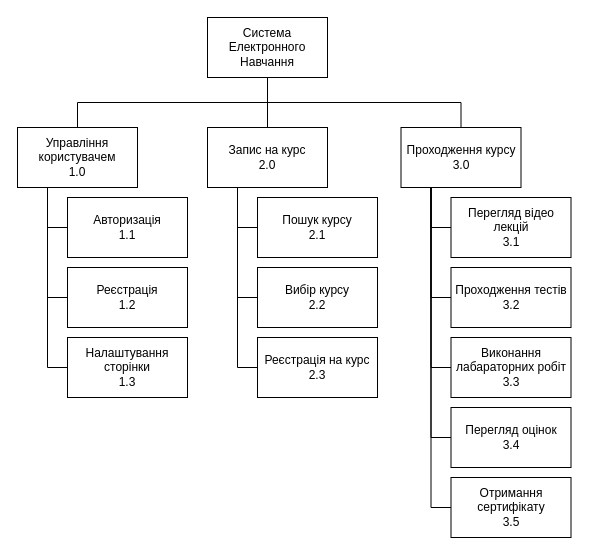
Before: page "FDD" (1 of 6) of Study-system.drawio in SlayVic/Charts, a draw.io diagram. Source tidied: cells renumbered, new cells numbered last; positions are measured from the earlier drawing's top-left corner, leaving out a move shared by most shapes. Both pictures are drawn from the tidied source at 100%, with x=0, y=0 at pixel (17, 17).
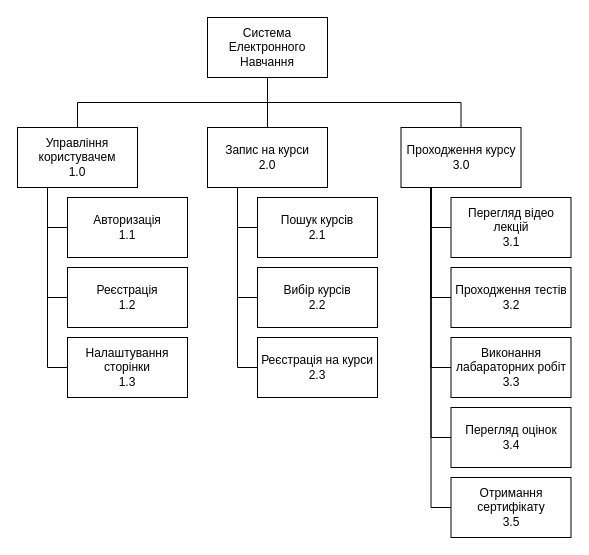
Above is the later version.

Change to the diagram source:
```diff
@@
-    <mxCell id="13" value="Запис на курс&lt;br&gt;2.0" style="rounded=0;whiteSpace=wrap;html=1;" parent="1" vertex="1">
+    <mxCell id="13" value="Запис на курси&lt;br&gt;2.0" style="rounded=0;whiteSpace=wrap;html=1;" parent="1" vertex="1">
       <mxGeometry x="190" y="110" width="120" height="60" as="geometry" />
     </mxCell>
@@
-    <mxCell id="23" value="Пошук курсу&lt;br&gt;2.1" style="rounded=0;whiteSpace=wrap;html=1;" parent="1" vertex="1">
+    <mxCell id="23" value="Пошук курсів&lt;br&gt;2.1" style="rounded=0;whiteSpace=wrap;html=1;" parent="1" vertex="1">
       <mxGeometry x="240" y="180" width="120" height="60" as="geometry" />
     </mxCell>
@@
-    <mxCell id="25" value="Вибір курсу&lt;br&gt;2.2" style="rounded=0;whiteSpace=wrap;html=1;" parent="1" vertex="1">
+    <mxCell id="25" value="Вибір курсів&lt;br&gt;2.2" style="rounded=0;whiteSpace=wrap;html=1;" parent="1" vertex="1">
       <mxGeometry x="240" y="250" width="120" height="60" as="geometry" />
     </mxCell>
@@
-    <mxCell id="27" value="Реєстрація на курс&lt;br&gt;2.3" style="rounded=0;whiteSpace=wrap;html=1;" parent="1" vertex="1">
+    <mxCell id="27" value="Реєстрація на курси&lt;br&gt;2.3" style="rounded=0;whiteSpace=wrap;html=1;" parent="1" vertex="1">
       <mxGeometry x="240" y="320" width="120" height="60" as="geometry" />
     </mxCell>
```
